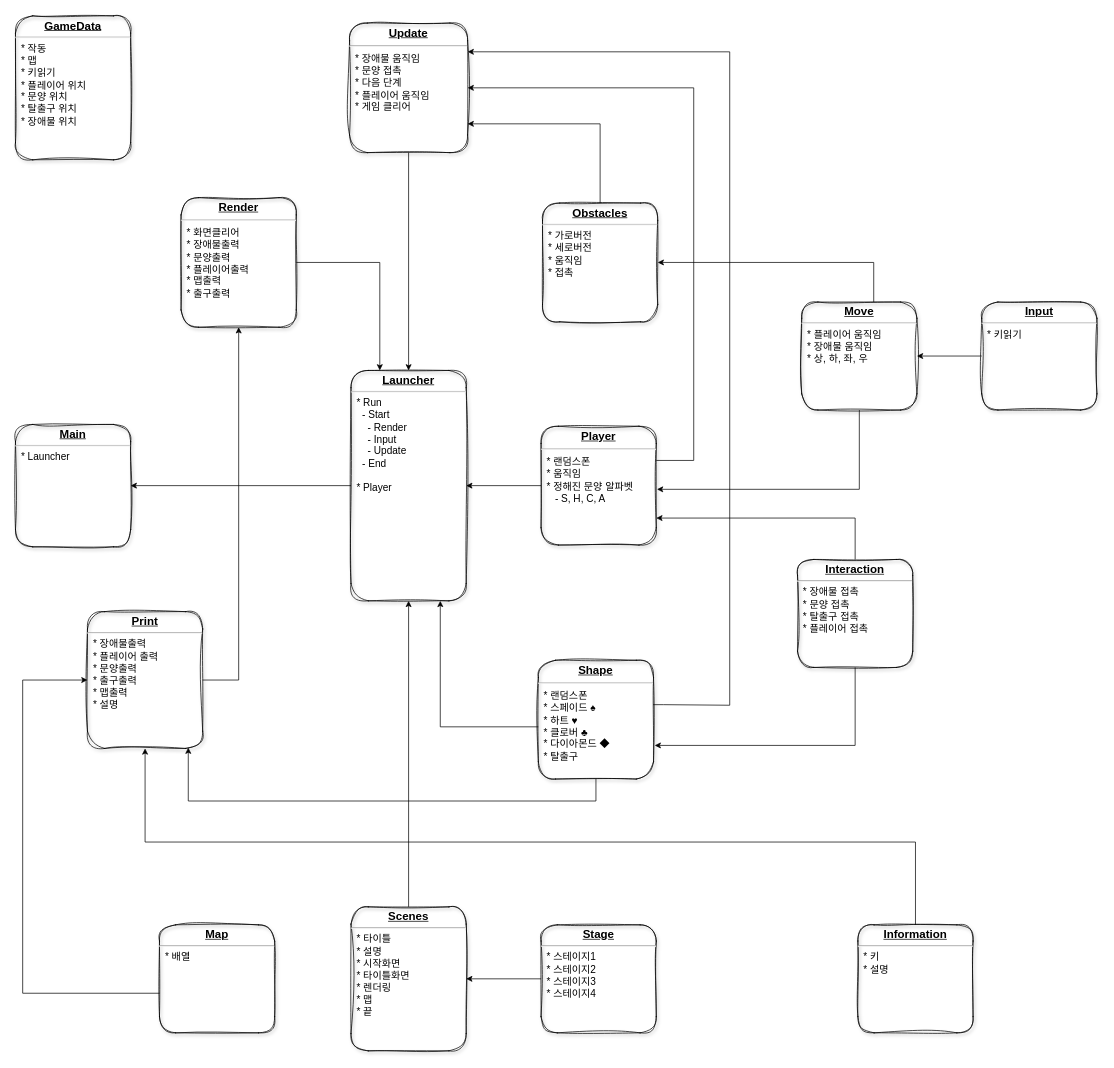
This is KGA_OOPConsoleProject.drawio from YoungsonMan/KGA_OOPConsoleProject, a draw.io file, before an edit. Source tidied: cells renumbered, new cells numbered last; positions are measured from the earlier drawing's top-left corner, leaving out a move shared by most shapes. Both pictures are drawn from the tidied source at 72%, with x=0, y=0 at pixel (15, 16).
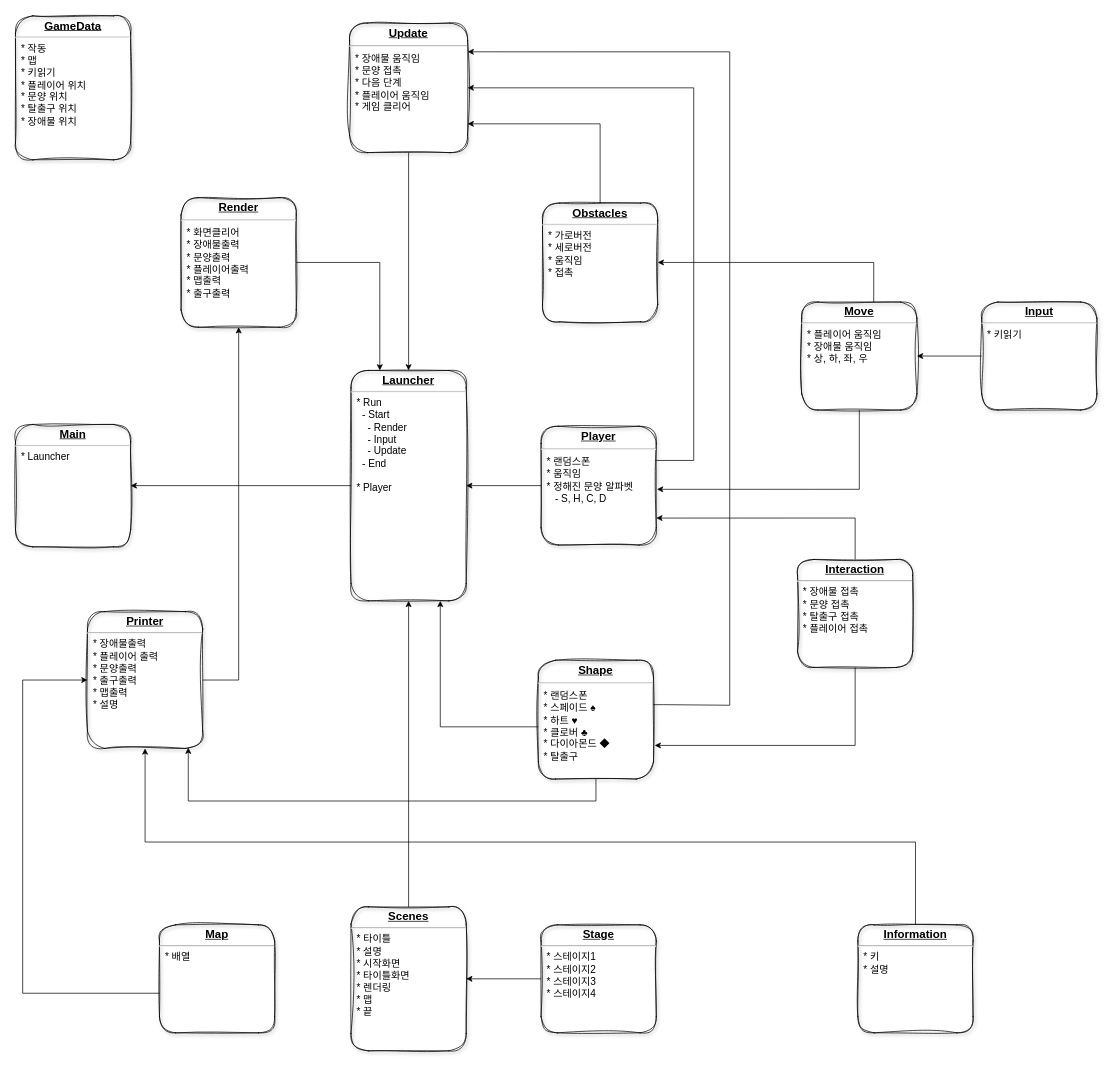
After the change.

The edit, as a diff of the source:
```diff
@@
-    <mxCell id="4" value="&lt;p style=&quot;margin: 4px 0px 0px; text-align: center; text-decoration: underline; font-size: 16px;&quot;&gt;&lt;b&gt;Player&lt;/b&gt;&lt;/p&gt;&lt;hr style=&quot;font-size: 16px;&quot;&gt;&lt;p style=&quot;margin: 0px 0px 0px 8px; font-size: 14px;&quot;&gt;* 랜덤스폰&lt;/p&gt;&lt;p style=&quot;margin: 0px 0px 0px 8px; font-size: 14px;&quot;&gt;* 움직임&lt;/p&gt;&lt;p style=&quot;margin: 0px 0px 0px 8px; font-size: 14px;&quot;&gt;* 정해진 문양 알파벳&lt;br&gt;&amp;nbsp; &amp;nbsp;- S, H, C, A&lt;/p&gt;&lt;p style=&quot;margin: 0px 0px 0px 8px; font-size: 14px;&quot;&gt;&lt;br&gt;&lt;/p&gt;&lt;p style=&quot;margin: 0px 0px 0px 8px; font-size: 14px;&quot;&gt;&lt;br&gt;&lt;/p&gt;" style="verticalAlign=top;align=left;overflow=fill;fontSize=12;fontFamily=d2coding;html=1;strokeColor=#000000;shadow=1;fillColor=none;fontColor=#000000;rounded=1;sketch=1;curveFitting=1;jiggle=2;" parent="1" vertex="1">
+    <mxCell id="4" value="&lt;p style=&quot;margin: 4px 0px 0px; text-align: center; text-decoration: underline; font-size: 16px;&quot;&gt;&lt;b&gt;Player&lt;/b&gt;&lt;/p&gt;&lt;hr style=&quot;font-size: 16px;&quot;&gt;&lt;p style=&quot;margin: 0px 0px 0px 8px; font-size: 14px;&quot;&gt;* 랜덤스폰&lt;/p&gt;&lt;p style=&quot;margin: 0px 0px 0px 8px; font-size: 14px;&quot;&gt;* 움직임&lt;/p&gt;&lt;p style=&quot;margin: 0px 0px 0px 8px; font-size: 14px;&quot;&gt;* 정해진 문양 알파벳&lt;br&gt;&amp;nbsp; &amp;nbsp;- S, H, C, D&lt;/p&gt;&lt;p style=&quot;margin: 0px 0px 0px 8px; font-size: 14px;&quot;&gt;&lt;br&gt;&lt;/p&gt;&lt;p style=&quot;margin: 0px 0px 0px 8px; font-size: 14px;&quot;&gt;&lt;br&gt;&lt;/p&gt;" style="verticalAlign=top;align=left;overflow=fill;fontSize=12;fontFamily=d2coding;html=1;strokeColor=#000000;shadow=1;fillColor=none;fontColor=#000000;rounded=1;sketch=1;curveFitting=1;jiggle=2;" parent="1" vertex="1">
       <mxGeometry x="730" y="569.5" width="160" height="165" as="geometry" />
     </mxCell>
@@
-    <mxCell id="30" value="&lt;p style=&quot;margin: 0px; margin-top: 4px; text-align: center; text-decoration: underline;&quot;&gt;&lt;strong&gt;&lt;font style=&quot;font-size: 16px;&quot;&gt;Print&lt;/font&gt;&lt;/strong&gt;&lt;/p&gt;&lt;hr&gt;&lt;p style=&quot;margin: 0px 0px 0px 8px; font-size: 14px;&quot;&gt;&lt;span style=&quot;background-color: initial;&quot;&gt;* 장애물출력&lt;/span&gt;&lt;br&gt;&lt;/p&gt;&lt;p style=&quot;margin: 0px 0px 0px 8px; font-size: 14px;&quot;&gt;* 플레이어 출력&lt;/p&gt;&lt;p style=&quot;margin: 0px 0px 0px 8px; font-size: 14px;&quot;&gt;* 문양출력&lt;/p&gt;&lt;p style=&quot;margin: 0px 0px 0px 8px; font-size: 14px;&quot;&gt;* 출구출력&lt;/p&gt;&lt;p style=&quot;margin: 0px 0px 0px 8px; font-size: 14px;&quot;&gt;* 맵출력&lt;/p&gt;&lt;p style=&quot;margin: 0px 0px 0px 8px; font-size: 14px;&quot;&gt;* 설명&lt;/p&gt;" style="verticalAlign=top;align=left;overflow=fill;fontSize=12;fontFamily=d2coding;html=1;strokeColor=#000000;shadow=1;fillColor=none;fontColor=#000000;rounded=1;sketch=1;curveFitting=1;jiggle=2;" parent="1" vertex="1">
+    <mxCell id="30" value="&lt;p style=&quot;margin: 0px; margin-top: 4px; text-align: center; text-decoration: underline;&quot;&gt;&lt;strong&gt;&lt;font style=&quot;font-size: 16px;&quot;&gt;Printer&lt;/font&gt;&lt;/strong&gt;&lt;/p&gt;&lt;hr&gt;&lt;p style=&quot;margin: 0px 0px 0px 8px; font-size: 14px;&quot;&gt;&lt;span style=&quot;background-color: initial;&quot;&gt;* 장애물출력&lt;/span&gt;&lt;br&gt;&lt;/p&gt;&lt;p style=&quot;margin: 0px 0px 0px 8px; font-size: 14px;&quot;&gt;* 플레이어 출력&lt;/p&gt;&lt;p style=&quot;margin: 0px 0px 0px 8px; font-size: 14px;&quot;&gt;* 문양출력&lt;/p&gt;&lt;p style=&quot;margin: 0px 0px 0px 8px; font-size: 14px;&quot;&gt;* 출구출력&lt;/p&gt;&lt;p style=&quot;margin: 0px 0px 0px 8px; font-size: 14px;&quot;&gt;* 맵출력&lt;/p&gt;&lt;p style=&quot;margin: 0px 0px 0px 8px; font-size: 14px;&quot;&gt;* 설명&lt;/p&gt;" style="verticalAlign=top;align=left;overflow=fill;fontSize=12;fontFamily=d2coding;html=1;strokeColor=#000000;shadow=1;fillColor=none;fontColor=#000000;rounded=1;sketch=1;curveFitting=1;jiggle=2;" parent="1" vertex="1">
       <mxGeometry x="100" y="827" width="160" height="190" as="geometry" />
     </mxCell>
```
